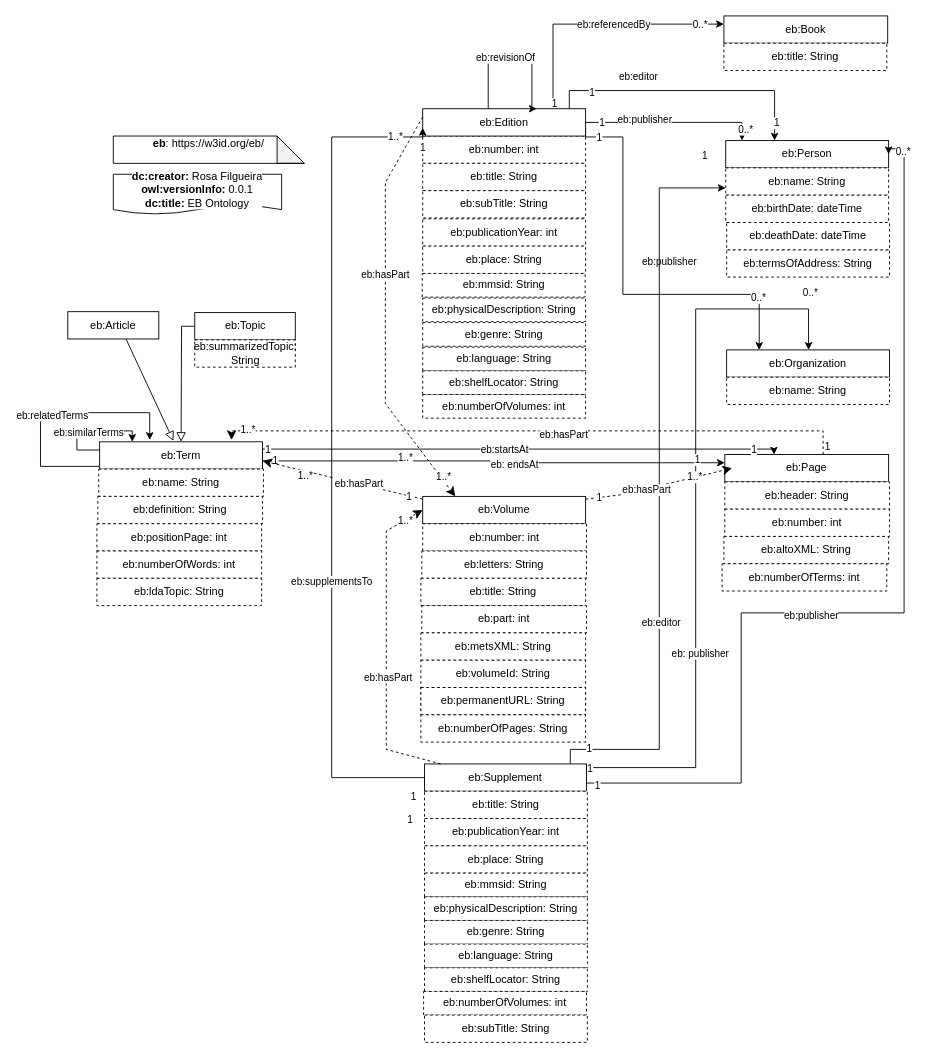
The draw.io diagram eb.drawio in francesNLP/EB-ontology, before the edit. Source tidied: cells renumbered, new cells numbered last; positions are measured from the earlier drawing's top-left corner, leaving out a move shared by most shapes. Both pictures are drawn from the tidied source at 91%, with x=0, y=0 at pixel (40, 15).
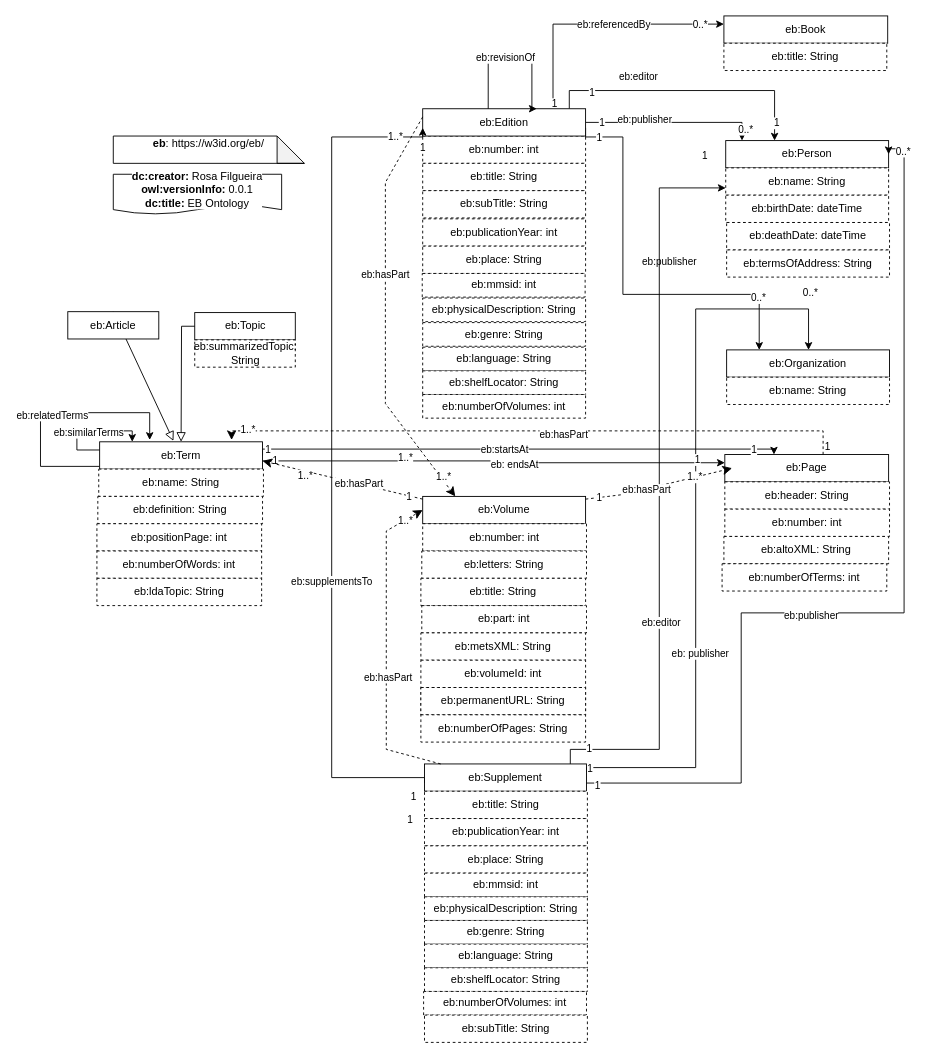
After the change.

Diff of the diagram source:
```diff
@@
-    <mxCell id="25" value="eb:mmsid: String" style="rounded=0;whiteSpace=wrap;html=1;dashed=1;" parent="1" vertex="1">
+    <mxCell id="25" value="eb:mmsid: int" style="rounded=0;whiteSpace=wrap;html=1;dashed=1;" parent="1" vertex="1">
       <mxGeometry x="419.5" y="283" width="179" height="26" as="geometry" />
     </mxCell>
@@
-    <mxCell id="47" value="eb:volumeId: String" style="rounded=0;whiteSpace=wrap;html=1;dashed=1;" parent="1" vertex="1">
+    <mxCell id="47" value="eb:volumeId: int" style="rounded=0;whiteSpace=wrap;html=1;dashed=1;" parent="1" vertex="1">
       <mxGeometry x="418" y="708" width="181" height="30" as="geometry" />
     </mxCell>
@@
-    <mxCell id="68" value="eb:mmsid: String" style="rounded=0;whiteSpace=wrap;html=1;dashed=1;" parent="1" vertex="1">
+    <mxCell id="68" value="eb:mmsid: int" style="rounded=0;whiteSpace=wrap;html=1;dashed=1;" parent="1" vertex="1">
       <mxGeometry x="422" y="942" width="179" height="26" as="geometry" />
     </mxCell>
```
